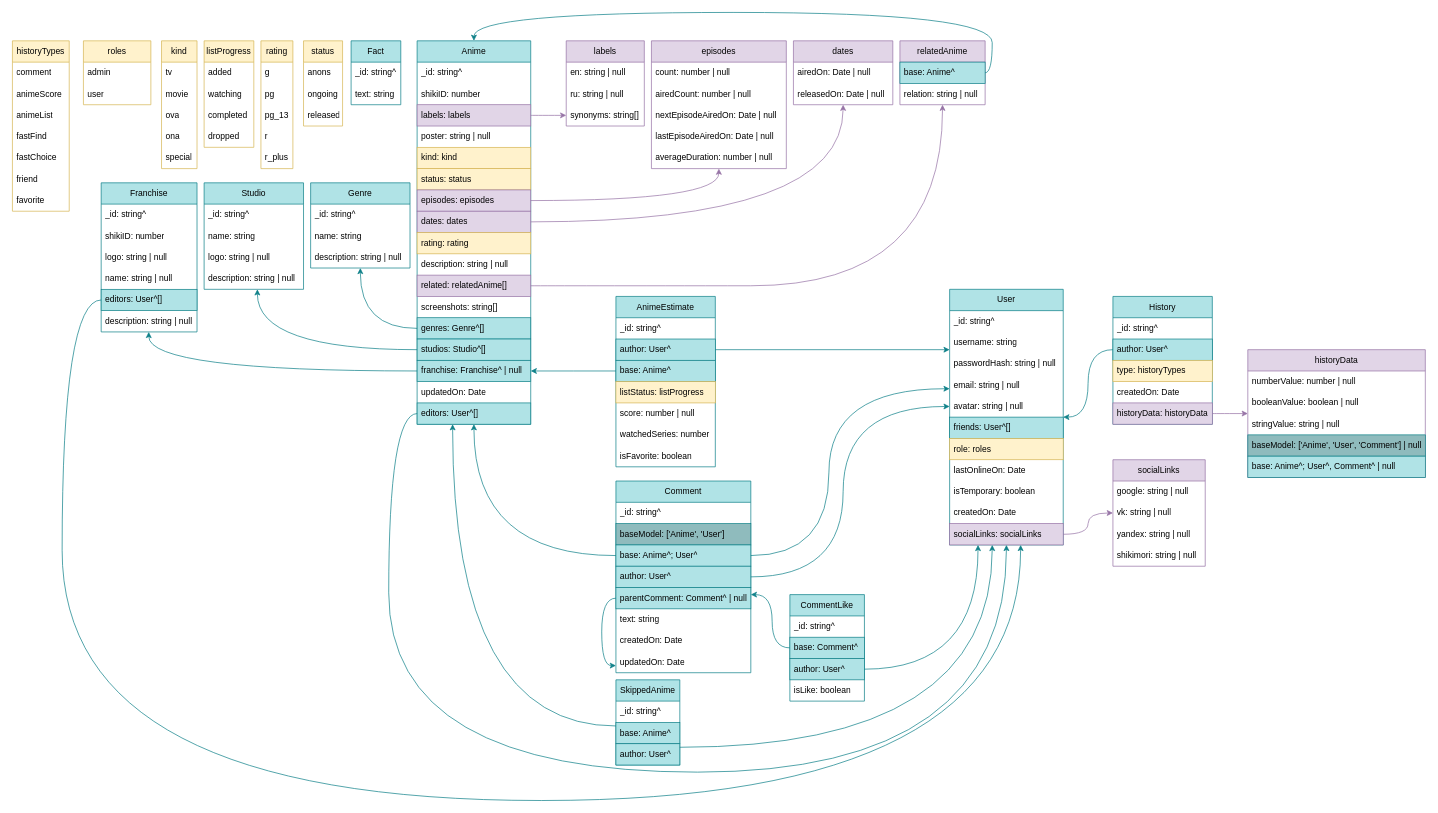
Above: public/biskyBD.drawio in AmyGrooove/bisky-script (draw.io), before the change. Source tidied: cells renumbered, new cells numbered last; positions are measured from the earlier drawing's top-left corner, leaving out a move shared by most shapes. Both pictures are drawn from the tidied source at 71%, with x=0, y=0 at pixel (12, 12).
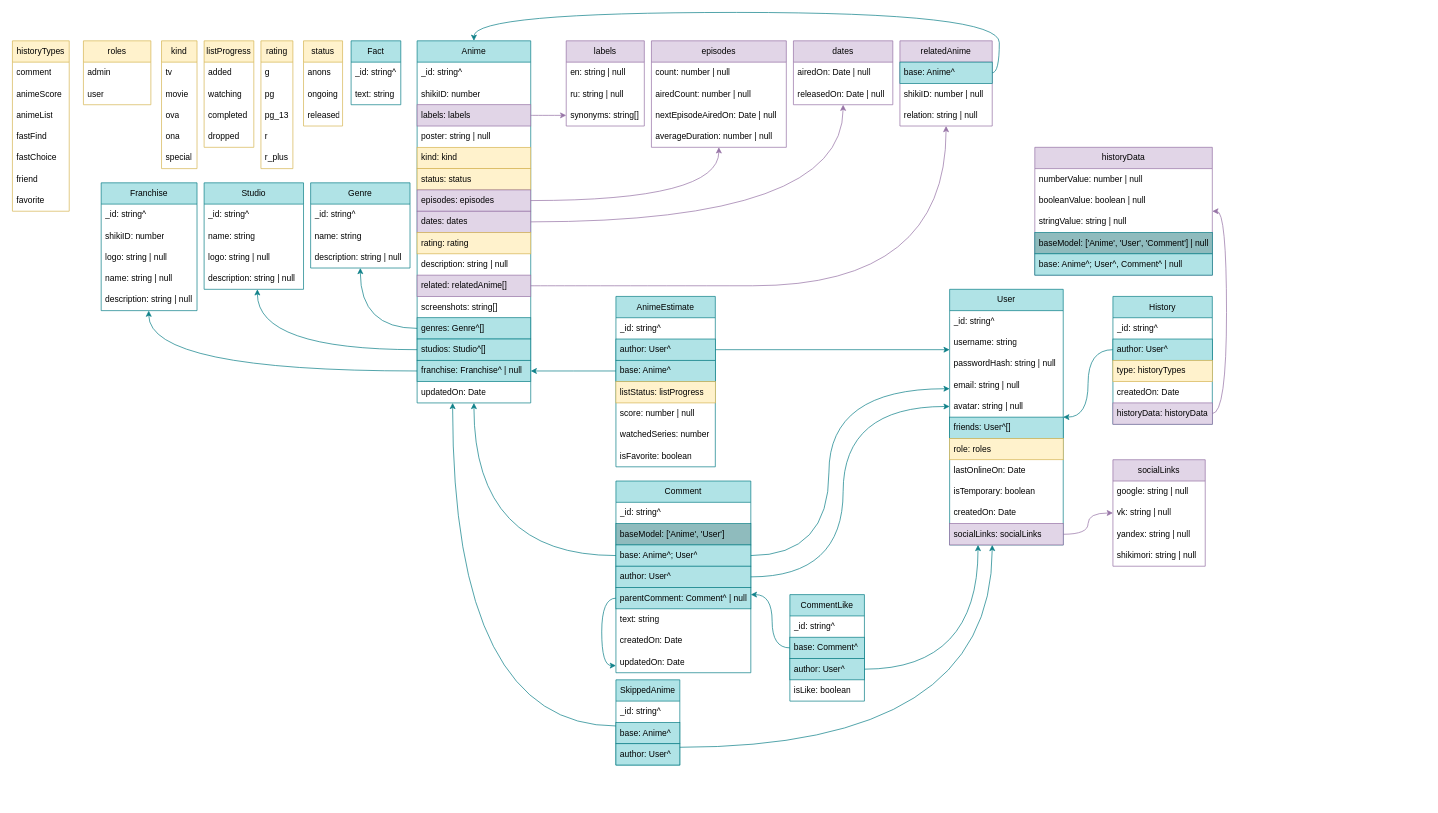
After the change.

The change refers to these unchanged cells:
```xml
<mxCell id="91" value="User" style="swimlane;fontStyle=0;horizontal=1;startSize=30;whiteSpace=wrap;html=1;fillColor=#b0e3e6;strokeColor=#0e8088;" parent="1" vertex="1">
  <mxGeometry x="1320" y="390" width="160" height="360" as="geometry" />
</mxCell>
<mxCell id="144" value="&lt;div style=&quot;text-align: center;&quot;&gt;&lt;span style=&quot;background-color: transparent; color: light-dark(rgb(0, 0, 0), rgb(255, 255, 255));&quot;&gt;historyData&lt;/span&gt;&lt;span style=&quot;background-color: transparent; color: light-dark(rgb(0, 0, 0), rgb(255, 255, 255));&quot;&gt;: historyData&lt;/span&gt;&lt;/div&gt;" style="text;strokeColor=#9673a6;fillColor=#e1d5e7;align=left;verticalAlign=middle;spacingLeft=4;spacingRight=4;overflow=hidden;points=[[0,0.5],[1,0.5]];portConstraint=eastwest;whiteSpace=wrap;html=1;" parent="139" vertex="1">
  <mxGeometry y="150" width="140" height="30" as="geometry" />
</mxCell>
```

Diff of the diagram source:
```diff
@@
     <mxCell id="14" value="Franchise" style="swimlane;fontStyle=0;horizontal=1;startSize=30;whiteSpace=wrap;html=1;fillColor=#b0e3e6;strokeColor=#0e8088;" parent="1" vertex="1">
-      <mxGeometry x="125" y="240" width="135" height="210" as="geometry" />
+      <mxGeometry x="125" y="240" width="135" height="180" as="geometry" />
     </mxCell>
@@
-    <mxCell id="19" value="&lt;div style=&quot;text-align: center;&quot;&gt;&lt;span style=&quot;background-color: initial;&quot;&gt;editors: User^[]&lt;/span&gt;&lt;/div&gt;" style="text;strokeColor=#0e8088;fillColor=#b0e3e6;align=left;verticalAlign=middle;spacingLeft=4;spacingRight=4;overflow=hidden;points=[[0,0.5],[1,0.5]];portConstraint=eastwest;whiteSpace=wrap;html=1;" parent="14" vertex="1">
-      <mxGeometry y="150" width="135" height="30" as="geometry" />
-    </mxCell>
     <mxCell id="20" value="description: string | null" style="text;strokeColor=none;fillColor=none;align=left;verticalAlign=middle;spacingLeft=4;spacingRight=4;overflow=hidden;whiteSpace=wrap;html=1;" parent="14" vertex="1">
-      <mxGeometry y="180" width="135" height="30" as="geometry" />
+      <mxGeometry y="150" width="135" height="30" as="geometry" />
     </mxCell>
@@
     <mxCell id="31" value="Anime" style="swimlane;fontStyle=0;horizontal=1;startSize=30;whiteSpace=wrap;html=1;fillColor=#b0e3e6;strokeColor=#0e8088;" parent="1" vertex="1">
-      <mxGeometry x="570" y="40" width="160" height="540" as="geometry" />
+      <mxGeometry x="570" y="40" width="160" height="510" as="geometry" />
     </mxCell>
@@
-    <mxCell id="48" value="&lt;div style=&quot;text-align: center;&quot;&gt;&lt;span style=&quot;background-color: initial;&quot;&gt;editors: User^[]&lt;/span&gt;&lt;/div&gt;" style="text;strokeColor=#0e8088;fillColor=#b0e3e6;align=left;verticalAlign=middle;spacingLeft=4;spacingRight=4;overflow=hidden;points=[[0,0.5],[1,0.5]];portConstraint=eastwest;whiteSpace=wrap;html=1;" parent="31" vertex="1">
-      <mxGeometry y="510" width="160" height="30" as="geometry" />
-    </mxCell>
@@
     <mxCell id="63" value="&lt;span style=&quot;text-align: left;&quot;&gt;episodes&lt;/span&gt;" style="swimlane;fontStyle=0;horizontal=1;startSize=30;whiteSpace=wrap;html=1;fillColor=#e1d5e7;strokeColor=#9673a6;" parent="1" vertex="1">
-      <mxGeometry x="900" y="40" width="190" height="180" as="geometry" />
+      <mxGeometry x="900" y="40" width="190" height="150" as="geometry" />
     </mxCell>
@@
-    <mxCell id="67" value="lastEpisodeAiredOn: Date | null" style="text;strokeColor=none;fillColor=none;align=left;verticalAlign=middle;spacingLeft=4;spacingRight=4;overflow=hidden;whiteSpace=wrap;html=1;" parent="63" vertex="1">
-      <mxGeometry y="120" width="190" height="30" as="geometry" />
-    </mxCell>
     <mxCell id="68" value="averageDuration: number | null" style="text;strokeColor=none;fillColor=none;align=left;verticalAlign=middle;spacingLeft=4;spacingRight=4;overflow=hidden;whiteSpace=wrap;html=1;" parent="63" vertex="1">
-      <mxGeometry y="150" width="190" height="30" as="geometry" />
+      <mxGeometry y="120" width="190" height="30" as="geometry" />
     </mxCell>
@@
     <mxCell id="113" value="&lt;span style=&quot;text-align: left;&quot;&gt;relatedAnime&lt;/span&gt;" style="swimlane;fontStyle=0;horizontal=1;startSize=30;whiteSpace=wrap;html=1;fillColor=#e1d5e7;strokeColor=#9673a6;" parent="1" vertex="1">
-      <mxGeometry x="1250" y="40" width="120" height="90" as="geometry" />
+      <mxGeometry x="1250" y="40" width="130" height="120" as="geometry" />
     </mxCell>
     <mxCell id="114" value="&lt;div style=&quot;text-align: center;&quot;&gt;&lt;span style=&quot;background-color: initial;&quot;&gt;base: Anime^&lt;/span&gt;&lt;/div&gt;" style="text;strokeColor=#0E8088;fillColor=#b0e3e6;align=left;verticalAlign=middle;spacingLeft=4;spacingRight=4;overflow=hidden;points=[[0,0.5],[1,0.5]];portConstraint=eastwest;whiteSpace=wrap;html=1;" parent="113" vertex="1">
-      <mxGeometry y="30" width="120" height="30" as="geometry" />
+      <mxGeometry y="30" width="130" height="30" as="geometry" />
     </mxCell>
+    <mxCell id="165" value="shikiID: number | null" style="text;strokeColor=none;fillColor=none;align=left;verticalAlign=middle;spacingLeft=4;spacingRight=4;overflow=hidden;whiteSpace=wrap;html=1;" parent="113" vertex="1">
+      <mxGeometry y="60" width="130" height="30" as="geometry" />
+    </mxCell>
     <mxCell id="115" value="relation:&amp;nbsp;&lt;span style=&quot;text-align: center;&quot;&gt;string | null&lt;/span&gt;" style="text;strokeColor=none;fillColor=none;align=left;verticalAlign=middle;spacingLeft=4;spacingRight=4;overflow=hidden;whiteSpace=wrap;html=1;" parent="113" vertex="1">
-      <mxGeometry y="60" width="120" height="30" as="geometry" />
+      <mxGeometry y="90" width="130" height="30" as="geometry" />
     </mxCell>
@@
-    <mxCell id="155" style="edgeStyle=orthogonalEdgeStyle;rounded=0;jettySize=auto;html=1;strokeColor=#0E8088;curved=1;" parent="1" edge="1" source="48" target="91">
-      <mxGeometry relative="1" as="geometry">
-        <Array as="points">
-          <mxPoint x="530" y="565" />
-          <mxPoint x="530" y="1070" />
-          <mxPoint x="1400" y="1070" />
-        </Array>
-      </mxGeometry>
-    </mxCell>
-    <mxCell id="156" style="edgeStyle=orthogonalEdgeStyle;rounded=0;jettySize=auto;html=1;curved=1;strokeColor=#0E8088;" parent="1" edge="1" source="19" target="91">
-      <mxGeometry relative="1" as="geometry">
-        <Array as="points">
-          <mxPoint x="70" y="405" />
-          <mxPoint x="70" y="1110" />
-          <mxPoint x="1420" y="1110" />
-        </Array>
-      </mxGeometry>
-    </mxCell>
     <mxCell id="157" style="edgeStyle=orthogonalEdgeStyle;rounded=0;jettySize=auto;html=1;curved=1;strokeColor=#0E8088;" parent="1" edge="1" source="114" target="31">
       <mxGeometry relative="1" as="geometry">
         <Array as="points">
-          <mxPoint x="1380" y="85" />
-          <mxPoint x="1380" />
+          <mxPoint x="1390" y="85" />
+          <mxPoint x="1390" />
           <mxPoint x="650" />
         </Array>
       </mxGeometry>
     </mxCell>
     <mxCell id="158" value="historyData" style="swimlane;fontStyle=0;horizontal=1;startSize=30;whiteSpace=wrap;html=1;fillColor=#e1d5e7;strokeColor=#9673a6;" parent="1" vertex="1">
-      <mxGeometry x="1740" y="475" width="250" height="180" as="geometry" />
+      <mxGeometry x="1440" y="190" width="250" height="180" as="geometry" />
     </mxCell>
@@
     <mxCell id="164" style="edgeStyle=orthogonalEdgeStyle;rounded=0;jettySize=auto;html=1;curved=1;strokeColor=#9673A6;" parent="1" edge="1" source="144" target="158">
-      <mxGeometry relative="1" as="geometry" />
+      <mxGeometry relative="1" as="geometry">
+        <Array as="points">
+          <mxPoint x="1710" y="565" />
+          <mxPoint x="1710" y="280" />
+        </Array>
+      </mxGeometry>
     </mxCell>
```
